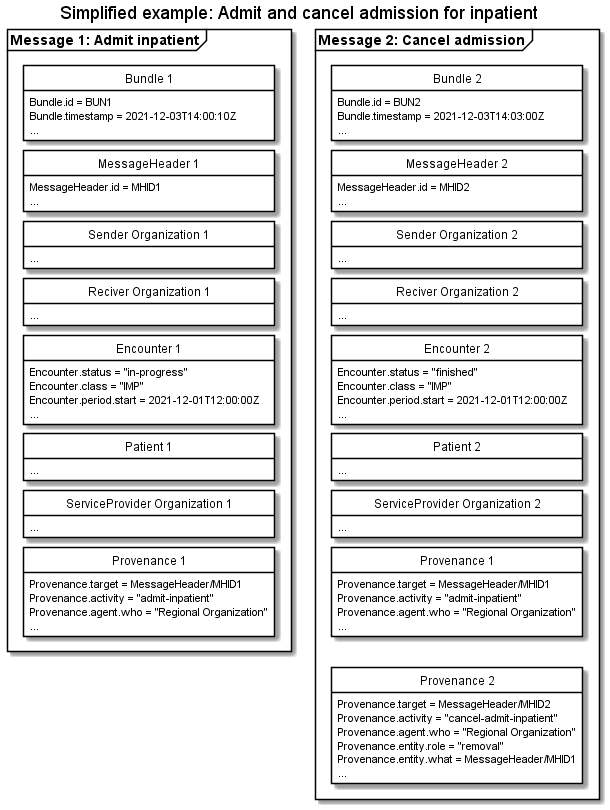
This is input/images/hospitalnotification/HNAdmitEnteredInError.png from medcomdk/dk-medcom-hospitalnotification, a PlantUML export, as it was before one commit.
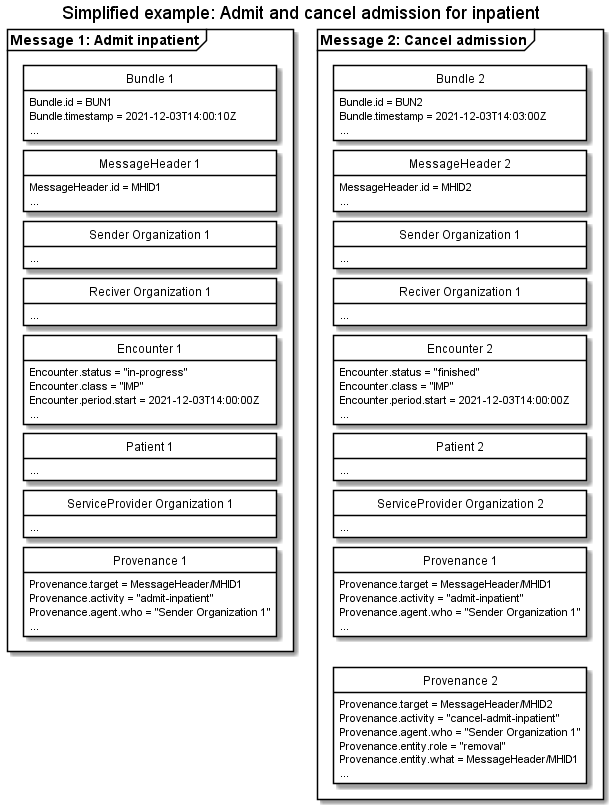
The same diagram one commit later.

What changed in the source:
```diff
@@ -32,7 +32,7 @@
     class "Encounter 1" as admitENC{
         Encounter.status = "in-progress"
         Encounter.class = "IMP"
-        Encounter.period.start = 2021-12-01T12:00:00Z
+        Encounter.period.start = 2021-12-03T14:00:00Z
         ...
     }
     class "Patient 1" as admitPT{
@@ -44,7 +44,7 @@
     class "Provenance 1" as admitPRO{
         Provenance.target = MessageHeader/MHID1
         Provenance.activity = "admit-inpatient"
-        Provenance.agent.who = "Regional Organization"
+        Provenance.agent.who = "Sender Organization 1"
         ...
     }
 
@@ -68,16 +68,16 @@
         MessageHeader.id = MHID2
         ...
     }
-    class "Sender Organization 2" as errorSOrg{
+    class "Sender Organization 1" as errorSOrg{
         ...
     }
-    class "Reciver Organization 2" as errorROrg{
+    class "Reciver Organization 1" as errorROrg{
         ...
     }
     class "Encounter 2" as errorENC{
         Encounter.status = "finished"
         Encounter.class = "IMP"
-        Encounter.period.start = 2021-12-01T12:00:00Z
+        Encounter.period.start = 2021-12-03T14:00:00Z
         ...
     }
     class "Patient 2" as errorPT{
@@ -89,13 +89,13 @@
     class "Provenance 1" as admiterrorPRO{
         Provenance.target = MessageHeader/MHID1
         Provenance.activity = "admit-inpatient"
-        Provenance.agent.who = "Regional Organization"
+        Provenance.agent.who = "Sender Organization 1"
         ...
     }
     class "Provenance 2" as errorPRO{
         Provenance.target = MessageHeader/MHID2
         Provenance.activity = "cancel-admit-inpatient"
-        Provenance.agent.who = "Regional Organization"
+        Provenance.agent.who = "Sender Organization 1"
         Provenance.entity.role = "removal"
         Provenance.entity.what = MessageHeader/MHID1
         ...
```
